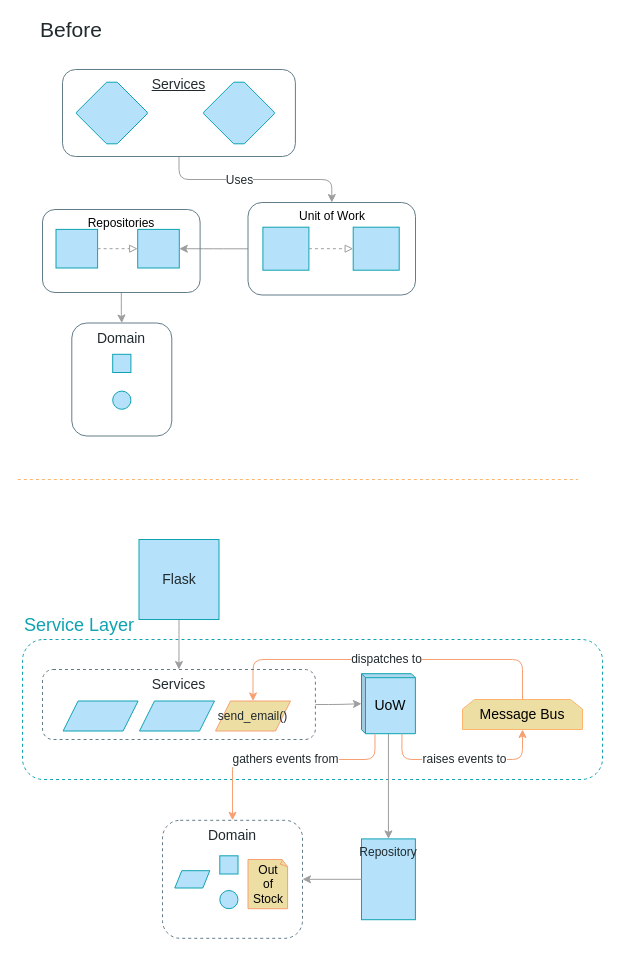
cosmicpython/book keeps this draw.io diagram as page "Chapter 7" (6 of 10) of maps.drawio. Above is the earlier version. Source tidied: cells renumbered, new cells numbered last; positions are measured from the earlier drawing's top-left corner, leaving out a move shared by most shapes. Both pictures are drawn from the tidied source at 100%, with x=0, y=0 at pixel (17, 19).
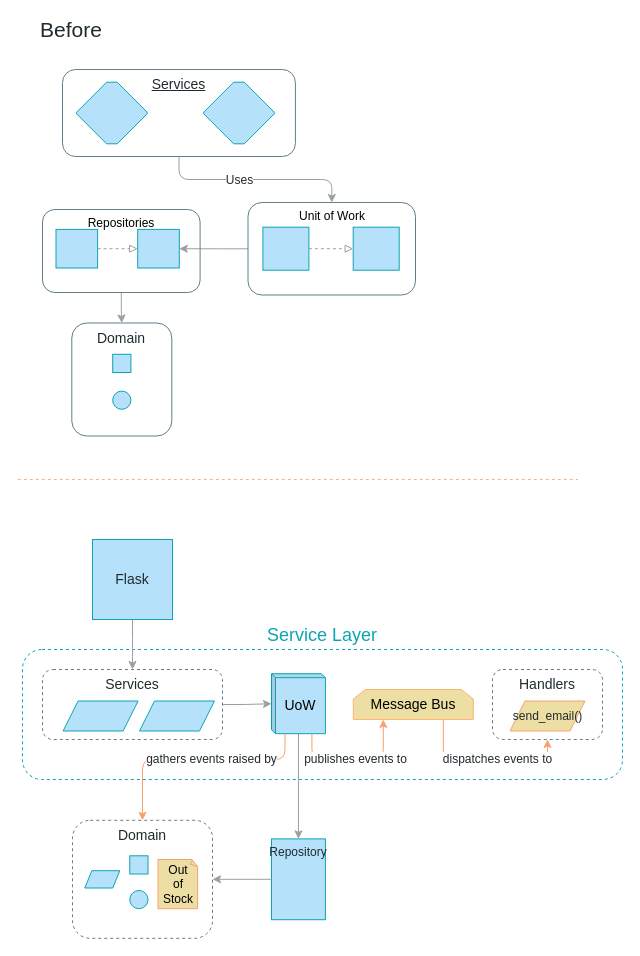
Above is the later version.

Change to the diagram source:
```diff
@@
+    <mxCell id="45" value="Handlers" style="rounded=1;whiteSpace=wrap;html=1;fontFamily=Guardian Sans Cond Light;verticalAlign=top;fontSize=14;fontColor=#212A2E;fillColor=none;strokeColor=#637C89;fontStyle=0;dashed=1;" parent="1" vertex="1">
+      <mxGeometry x="475" y="650" width="110" height="70" as="geometry" />
+    </mxCell>
-    <mxCell id="2" value="Service Layer" style="rounded=1;whiteSpace=wrap;html=1;shadow=0;dashed=1;fontFamily=Guardian Sans Cond Light;fontSize=18;fontColor=#0FA3B1;align=left;strokeColor=#0FA3B1;gradientColor=#ffffff;fillColor=none;labelPosition=center;verticalLabelPosition=top;verticalAlign=bottom;" parent="1" vertex="1">
-      <mxGeometry x="5" y="620" width="580" height="140" as="geometry" />
+    <mxCell id="2" value="Service Layer" style="rounded=1;whiteSpace=wrap;html=1;shadow=0;dashed=1;fontFamily=Guardian Sans Cond Light;fontSize=18;fontColor=#0FA3B1;align=center;strokeColor=#0FA3B1;gradientColor=#ffffff;fillColor=none;labelPosition=center;verticalLabelPosition=top;verticalAlign=bottom;" parent="1" vertex="1">
+      <mxGeometry x="5" y="630" width="600" height="130" as="geometry" />
     </mxCell>
@@
     <mxCell id="25" style="edgeStyle=orthogonalEdgeStyle;jettySize=auto;html=1;entryX=0.5;entryY=0;entryDx=0;entryDy=0;strokeColor=#9E9E9E;fillColor=#B5E2FA;fontFamily=Guardian Sans Cond Light;fontSize=12;fontColor=#212A2E;verticalAlign=middle;" parent="1" edge="1" source="26" target="41">
       <mxGeometry relative="1" as="geometry">
         <Array as="points">
-          <mxPoint x="161" y="614" />
+          <mxPoint x="115" y="630" />
+          <mxPoint x="115" y="630" />
         </Array>
       </mxGeometry>
     </mxCell>
     <mxCell id="26" value="Flask" style="whiteSpace=wrap;html=1;strokeColor=#0FA3B1;fillColor=#B5E2FA;gradientColor=none;fontFamily=Guardian Sans Cond Light;fontSize=14;fontColor=#212A2E;" parent="1" vertex="1">
-      <mxGeometry x="121.5" y="520" width="80" height="80" as="geometry" />
+      <mxGeometry x="75" y="520" width="80" height="80" as="geometry" />
     </mxCell>
@@
     <mxCell id="28" value="UoW" style="shape=cube;whiteSpace=wrap;html=1;boundedLbl=1;backgroundOutline=1;darkOpacity=0.05;darkOpacity2=0.1;fontFamily=Guardian Sans Cond Light;fontSize=14;fontColor=#000000;align=center;strokeColor=#0FA3B1;fillColor=#B5E2FA;size=4;" parent="1" vertex="1">
-      <mxGeometry x="344" y="654.2" width="53.9" height="60" as="geometry" />
+      <mxGeometry x="254" y="654.2" width="53.9" height="60" as="geometry" />
     </mxCell>
@@
     <mxCell id="30" value="Message Bus" style="shape=loopLimit;whiteSpace=wrap;html=1;fontFamily=Guardian Sans Cond Light;fontSize=14;fontColor=#000000;align=center;strokeColor=#FFB570;fillColor=#EDDEA4;size=12;" parent="1" vertex="1">
-      <mxGeometry x="445" y="680" width="120" height="30" as="geometry" />
+      <mxGeometry x="335.8" y="670" width="120" height="30" as="geometry" />
     </mxCell>
     <mxCell id="31" value="Domain" style="rounded=1;whiteSpace=wrap;html=1;fontFamily=Guardian Sans Cond Light;verticalAlign=top;fontSize=14;fontColor=#212A2E;fillColor=none;strokeColor=#637C89;dashed=1;" parent="1" vertex="1">
-      <mxGeometry x="145" y="800.8" width="140" height="118" as="geometry" />
+      <mxGeometry x="55" y="800.8" width="140" height="118" as="geometry" />
     </mxCell>
     <mxCell id="32" style="whiteSpace=wrap;html=1;fontSize=14;strokeColor=#0FA3B1;fillColor=#B5E2FA;fontFamily=Guardian Sans Cond Light;" parent="1" vertex="1">
-      <mxGeometry x="202.3" y="836.3" width="18.2" height="18.2" as="geometry" />
+      <mxGeometry x="112.3" y="836.3" width="18.2" height="18.2" as="geometry" />
     </mxCell>
     <mxCell id="33" style="ellipse;whiteSpace=wrap;html=1;fontSize=14;strokeColor=#0FA3B1;fillColor=#B5E2FA;fontFamily=Guardian Sans Cond Light;" parent="1" vertex="1">
-      <mxGeometry x="202.3" y="871" width="18.2" height="18.2" as="geometry" />
+      <mxGeometry x="112.3" y="871" width="18.2" height="18.2" as="geometry" />
     </mxCell>
     <mxCell id="34" style="shape=parallelogram;perimeter=parallelogramPerimeter;whiteSpace=wrap;html=1;fontFamily=Guardian Sans Cond Light;fontSize=14;fontColor=#000000;align=center;strokeColor=#0FA3B1;fillColor=#B5E2FA;" parent="1" vertex="1">
-      <mxGeometry x="157.3" y="851.2" width="35" height="17.3" as="geometry" />
+      <mxGeometry x="67.3" y="851.2" width="35" height="17.3" as="geometry" />
     </mxCell>
     <mxCell id="35" value="Repository" style="whiteSpace=wrap;html=1;strokeColor=#0FA3B1;fillColor=#B5E2FA;gradientColor=none;fontFamily=Guardian Sans Cond Light;fontSize=12;fontColor=#212A2E;verticalAlign=top;" parent="1" vertex="1">
-      <mxGeometry x="344" y="819.4" width="53.9" height="80.8" as="geometry" />
+      <mxGeometry x="254" y="819.4" width="53.9" height="80.8" as="geometry" />
     </mxCell>
     <mxCell id="36" value="&lt;div&gt;Out&lt;/div&gt;&lt;div&gt;of&lt;/div&gt;&lt;div&gt;Stock&lt;br&gt;&lt;/div&gt;" style="whiteSpace=wrap;html=1;shape=mxgraph.basic.document;rounded=1;strokeColor=#F7A072;fillColor=#EDDEA4;fontFamily=Guardian Sans Cond Light;fontSize=12;" parent="1" vertex="1">
-      <mxGeometry x="230.5" y="840" width="40" height="49.2" as="geometry" />
+      <mxGeometry x="140.5" y="840" width="40" height="49.2" as="geometry" />
     </mxCell>
-    <mxCell id="37" value="gathers events from" style="edgeStyle=orthogonalEdgeStyle;jettySize=auto;html=1;strokeColor=#F7A072;fillColor=#B5E2FA;fontFamily=Guardian Sans Cond Light;fontSize=12;fontColor=#212A2E;exitX=0.25;exitY=1;exitDx=0;exitDy=0;entryX=0.5;entryY=0;entryDx=0;entryDy=0;" parent="1" edge="1" source="28" target="31">
-      <mxGeometry relative="1" as="geometry">
+    <mxCell id="37" value="gathers events raised by" style="edgeStyle=orthogonalEdgeStyle;jettySize=auto;html=1;strokeColor=#F7A072;fillColor=#B5E2FA;fontFamily=Guardian Sans Cond Light;fontSize=12;fontColor=#212A2E;exitX=0.25;exitY=1;exitDx=0;exitDy=0;entryX=0.5;entryY=0;entryDx=0;entryDy=0;" parent="1" edge="1" source="28" target="31">
+      <mxGeometry x="-0.14" relative="1" as="geometry">
         <Array as="points">
-          <mxPoint x="358" y="740" />
-          <mxPoint x="215" y="740" />
+          <mxPoint x="268" y="740" />
+          <mxPoint x="125" y="740" />
         </Array>
       </mxGeometry>
     </mxCell>
-    <mxCell id="38" value="raises events to" style="edgeStyle=orthogonalEdgeStyle;jettySize=auto;html=1;strokeColor=#F7A072;fillColor=#B5E2FA;fontFamily=Guardian Sans Cond Light;fontSize=12;fontColor=#212A2E;exitX=0.75;exitY=1;exitDx=0;exitDy=0;entryX=0.5;entryY=1;entryDx=0;entryDy=0;" parent="1" edge="1" source="28" target="30">
+    <mxCell id="38" value="publishes events to" style="edgeStyle=orthogonalEdgeStyle;jettySize=auto;html=1;strokeColor=#F7A072;fillColor=#B5E2FA;fontFamily=Guardian Sans Cond Light;fontSize=12;fontColor=#212A2E;exitX=0.75;exitY=1;exitDx=0;exitDy=0;entryX=0.25;entryY=1;entryDx=0;entryDy=0;" parent="1" edge="1" source="28" target="30">
       <mxGeometry relative="1" as="geometry">
         <Array as="points">
-          <mxPoint x="385" y="740" />
-          <mxPoint x="505" y="740" />
+          <mxPoint x="294" y="740" />
+          <mxPoint x="365" y="740" />
         </Array>
       </mxGeometry>
     </mxCell>
-    <mxCell id="39" value="dispatches to" style="edgeStyle=orthogonalEdgeStyle;jettySize=auto;html=1;strokeColor=#F7A072;fillColor=#B5E2FA;fontFamily=Guardian Sans Cond Light;fontSize=12;fontColor=#212A2E;exitX=0.5;exitY=0;exitDx=0;exitDy=0;entryX=0.5;entryY=0;entryDx=0;entryDy=0;" parent="1" edge="1" source="30" target="44">
-      <mxGeometry relative="1" as="geometry">
+    <mxCell id="39" value="dispatches events to" style="edgeStyle=orthogonalEdgeStyle;jettySize=auto;html=1;strokeColor=#F7A072;fillColor=#B5E2FA;fontFamily=Guardian Sans Cond Light;fontSize=12;fontColor=#212A2E;exitX=0.75;exitY=1;exitDx=0;exitDy=0;entryX=0.5;entryY=1;entryDx=0;entryDy=0;" parent="1" edge="1" source="30" target="45">
+      <mxGeometry x="0.14" relative="1" as="geometry">
         <Array as="points">
-          <mxPoint x="505" y="640" />
-          <mxPoint x="236" y="640" />
+          <mxPoint x="425" y="740" />
+          <mxPoint x="530" y="740" />
         </Array>
       </mxGeometry>
     </mxCell>
@@
     <mxCell id="41" value="Services" style="rounded=1;whiteSpace=wrap;html=1;fontFamily=Guardian Sans Cond Light;verticalAlign=top;fontSize=14;fontColor=#212A2E;fillColor=none;strokeColor=#637C89;fontStyle=0;dashed=1;" parent="1" vertex="1">
-      <mxGeometry x="25" y="650" width="272.9" height="70" as="geometry" />
+      <mxGeometry x="25" y="650" width="180" height="70" as="geometry" />
     </mxCell>
@@
     <mxCell id="44" value="send_email()" style="shape=parallelogram;perimeter=parallelogramPerimeter;whiteSpace=wrap;html=1;fontFamily=Guardian Sans Cond Light;fontSize=12;fontColor=#212A2E;align=center;strokeColor=#F7A072;fillColor=#EDDEA4;" parent="1" vertex="1">
-      <mxGeometry x="198" y="681.5" width="75" height="30" as="geometry" />
+      <mxGeometry x="492.5" y="681.5" width="75" height="30" as="geometry" />
     </mxCell>
```
